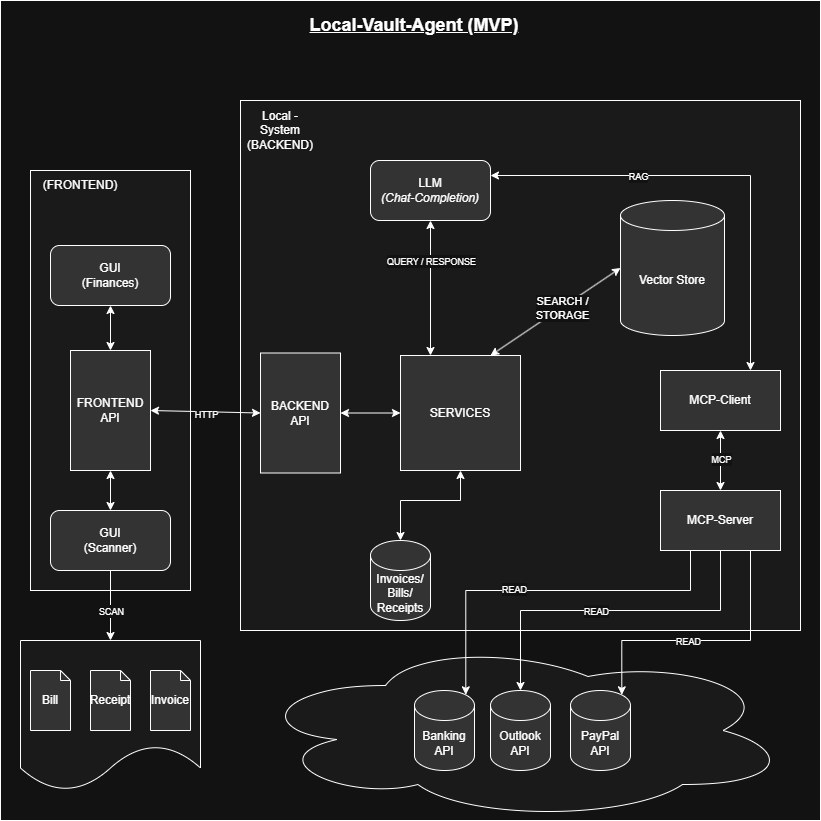
The draw.io diagram LocalVaultAgent.png in Manuu2407/LocalVaultAgent, before a commit. Source tidied: cells renumbered, new cells last; positions are measured from the earlier drawing's top-left corner, leaving out a move shared by most shapes.
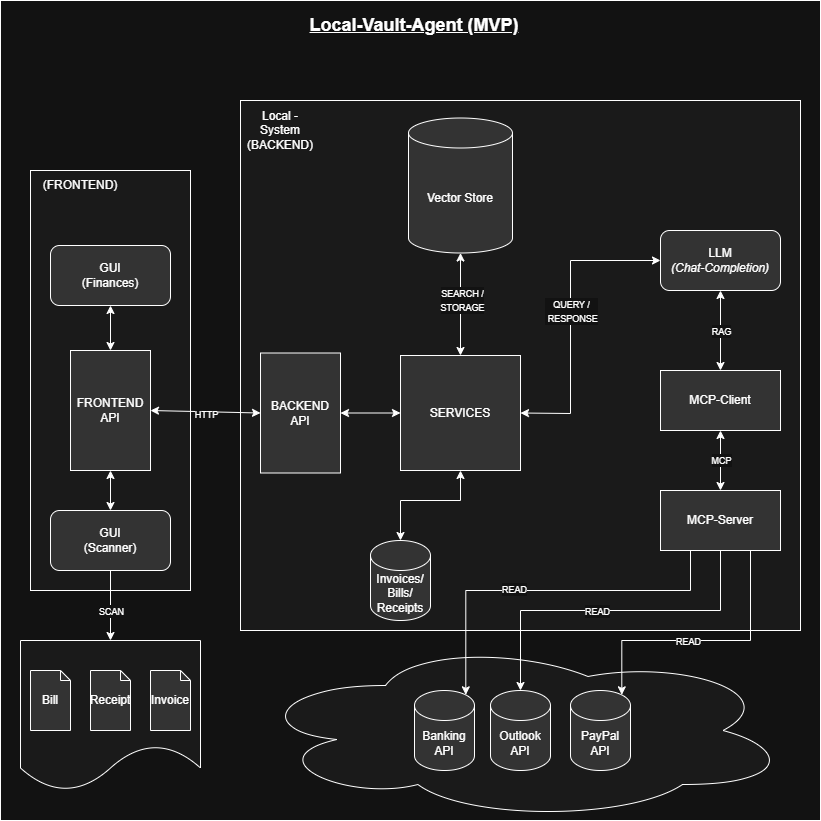
Later version of the same file.

Change to the diagram source:
```diff
@@ -78,10 +78,10 @@
       <mxGeometry x="660" y="370" width="120" height="60" as="geometry" />
     </mxCell>
     <mxCell id="23" value="Vector Store" style="shape=cylinder3;whiteSpace=wrap;html=1;boundedLbl=1;backgroundOutline=1;size=15;fillColor=#333333;" parent="1" vertex="1">
-      <mxGeometry x="620" y="200" width="104" height="135" as="geometry" />
+      <mxGeometry x="408" y="117.5" width="104" height="135" as="geometry" />
     </mxCell>
     <mxCell id="24" value="LLM&lt;div&gt;&lt;i&gt;(Chat-Completion)&lt;/i&gt;&lt;/div&gt;" style="rounded=1;whiteSpace=wrap;html=1;fillColor=#333333;" parent="1" vertex="1">
-      <mxGeometry x="370" y="160" width="120" height="60" as="geometry" />
+      <mxGeometry x="660" y="230" width="120" height="60" as="geometry" />
     </mxCell>
     <mxCell id="25" style="endArrow=classic;startArrow=classic;html=1;rounded=0;entryX=0.5;entryY=1;entryDx=0;entryDy=0;exitX=0.5;exitY=0;exitDx=0;exitDy=0;" parent="1" edge="1" source="17" target="22">
       <mxGeometry relative="1" as="geometry" />
@@ -89,16 +89,16 @@
     <mxCell id="26" value="&lt;font style=&quot;font-size: 9px;&quot;&gt;MCP&lt;/font&gt;" style="edgeLabel;html=1;align=center;verticalAlign=middle;" parent="25" vertex="1">
       <mxGeometry x="0.05" relative="1" as="geometry" />
     </mxCell>
-    <mxCell id="27" style="endArrow=classic;startArrow=classic;html=1;rounded=0;entryX=1;entryY=0.25;entryDx=0;entryDy=0;exitX=0.75;exitY=0;exitDx=0;exitDy=0;" parent="1" edge="1" source="22" target="24">
+    <mxCell id="27" style="endArrow=classic;startArrow=classic;html=1;rounded=0;entryX=0.5;entryY=1;entryDx=0;entryDy=0;exitX=0.5;exitY=0;exitDx=0;exitDy=0;" parent="1" edge="1" source="22" target="24">
       <mxGeometry relative="1" as="geometry">
         <Array as="points">
-          <mxPoint x="750" y="175" />
+          <mxPoint x="720" y="290" />
         </Array>
       </mxGeometry>
     </mxCell>
     <mxCell id="28" value="&lt;font style=&quot;font-size: 9px;&quot;&gt;RAG&lt;/font&gt;" style="edgeLabel;html=1;align=center;verticalAlign=middle;" parent="27" vertex="1">
       <mxGeometry x="0.35" relative="1" as="geometry">
-        <mxPoint x="1" as="offset" />
+        <mxPoint y="14" as="offset" />
       </mxGeometry>
     </mxCell>
     <mxCell id="29" value="Invoices/&lt;div&gt;Bills/&lt;/div&gt;&lt;div&gt;Receipts&lt;/div&gt;" style="shape=cylinder3;whiteSpace=wrap;html=1;boundedLbl=1;backgroundOutline=1;size=15;fillColor=#333333;" parent="1" vertex="1">
@@ -152,12 +152,17 @@
     <mxCell id="42" style="endArrow=classic;startArrow=classic;html=1;rounded=0;entryX=0;entryY=0.5;entryDx=0;entryDy=0;exitX=1;exitY=0.5;exitDx=0;exitDy=0;" parent="1" edge="1" source="8" target="41">
       <mxGeometry relative="1" as="geometry" />
     </mxCell>
-    <mxCell id="43" style="endArrow=classic;startArrow=classic;html=1;rounded=0;entryX=0.5;entryY=1;entryDx=0;entryDy=0;exitX=0.25;exitY=0;exitDx=0;exitDy=0;" parent="1" edge="1" source="41" target="24">
-      <mxGeometry relative="1" as="geometry" />
+    <mxCell id="43" style="endArrow=classic;startArrow=classic;html=1;rounded=0;entryX=0;entryY=0.5;entryDx=0;entryDy=0;exitX=1;exitY=0.5;exitDx=0;exitDy=0;" parent="1" edge="1" source="41" target="24">
+      <mxGeometry relative="1" as="geometry">
+        <Array as="points">
+          <mxPoint x="570" y="413" />
+          <mxPoint x="570" y="260" />
+        </Array>
+      </mxGeometry>
     </mxCell>
-    <mxCell id="44" value="&lt;font style=&quot;font-size: 9px;&quot;&gt;QUERY / RESPONSE&lt;/font&gt;" style="edgeLabel;html=1;align=center;verticalAlign=middle;" parent="43" vertex="1">
+    <mxCell id="44" value="&lt;font style=&quot;font-size: 9px;&quot;&gt;QUERY /&lt;/font&gt;&lt;div&gt;&lt;font style=&quot;font-size: 9px;&quot;&gt;&amp;nbsp;RESPONSE&lt;/font&gt;&lt;/div&gt;" style="edgeLabel;html=1;align=center;verticalAlign=middle;labelBackgroundColor=default;" parent="43" vertex="1">
       <mxGeometry relative="1" as="geometry">
-        <mxPoint y="-28" as="offset" />
+        <mxPoint y="-6" as="offset" />
       </mxGeometry>
     </mxCell>
     <mxCell id="45" style="endArrow=classic;startArrow=classic;html=1;rounded=0;exitX=0.5;exitY=0;exitDx=0;exitDy=0;exitPerimeter=0;entryX=0.5;entryY=1;entryDx=0;entryDy=0;" parent="1" edge="1" source="29" target="41">
@@ -168,10 +173,10 @@
         </Array>
       </mxGeometry>
     </mxCell>
-    <mxCell id="46" style="endArrow=classic;startArrow=classic;html=1;rounded=0;entryX=0;entryY=0.5;entryDx=0;entryDy=0;entryPerimeter=0;exitX=0.75;exitY=0;exitDx=0;exitDy=0;" parent="1" edge="1" source="41" target="23">
+    <mxCell id="46" style="endArrow=classic;startArrow=classic;html=1;rounded=0;exitX=0.5;exitY=0;exitDx=0;exitDy=0;entryX=0.5;entryY=1;entryDx=0;entryDy=0;entryPerimeter=0;" parent="1" edge="1" source="41" target="23">
       <mxGeometry relative="1" as="geometry" />
     </mxCell>
-    <mxCell id="47" value="SEARCH /&lt;div&gt;STORAGE&lt;/div&gt;" style="edgeLabel;html=1;align=center;verticalAlign=middle;" parent="46" vertex="1">
+    <mxCell id="47" value="&lt;font style=&quot;font-size: 9px;&quot;&gt;SEARCH /&lt;/font&gt;&lt;div&gt;&lt;font style=&quot;font-size: 9px;&quot;&gt;STORAGE&lt;/font&gt;&lt;/div&gt;" style="edgeLabel;html=1;align=center;verticalAlign=middle;" parent="46" vertex="1">
       <mxGeometry x="0.1" y="-1" relative="1" as="geometry" />
     </mxCell>
   </root>
```
